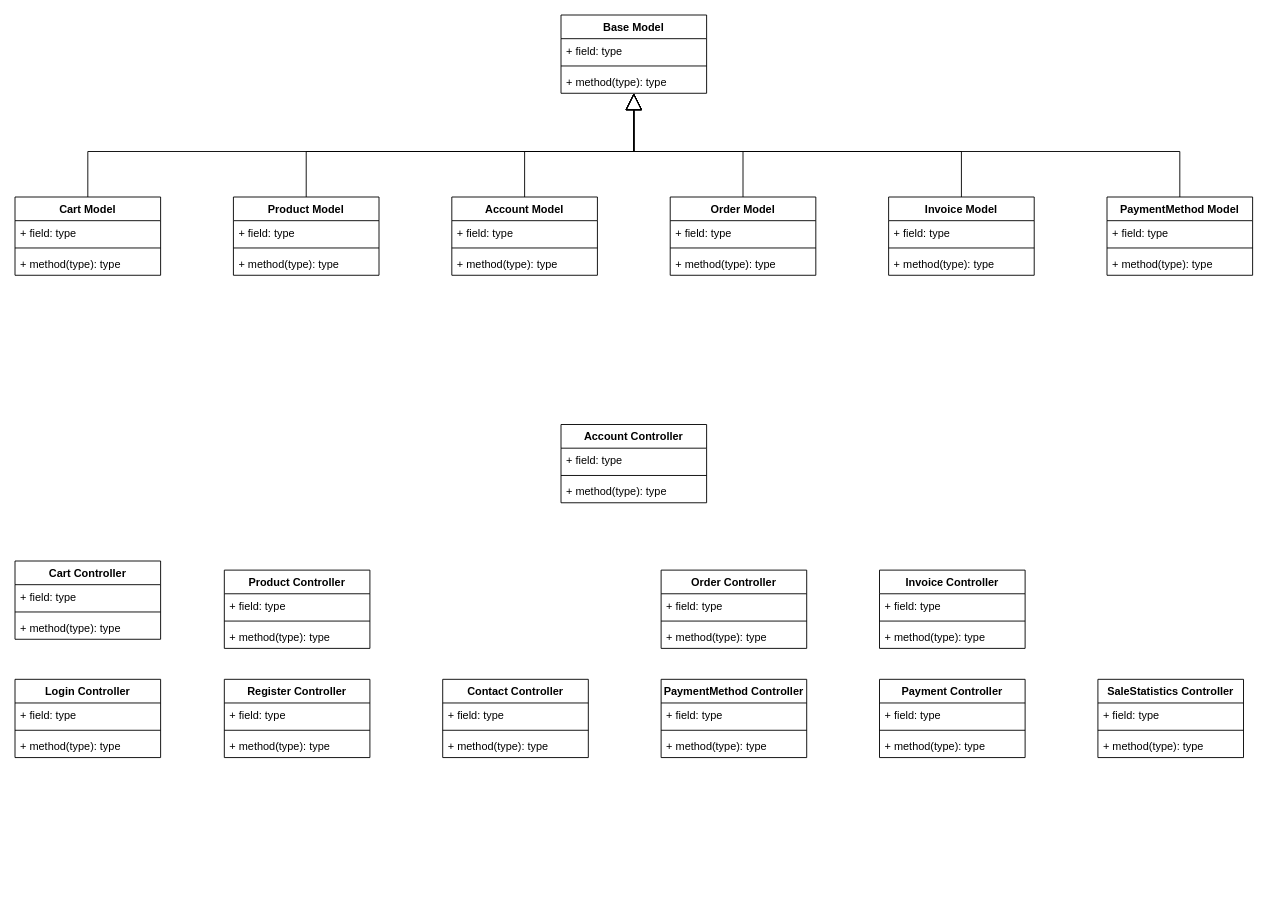
Earlier version of the draw.io diagram Nam3_HK1/CNPM_SoftTech/SơĐồClass.drawio (EdgarIgnite16/SGU-Course). Source tidied: cells renumbered, new cells numbered last; positions are measured from the earlier drawing's top-left corner, leaving out a move shared by most shapes. Both pictures are drawn from the tidied source at 91%, with x=0, y=0 at pixel (15, 15).
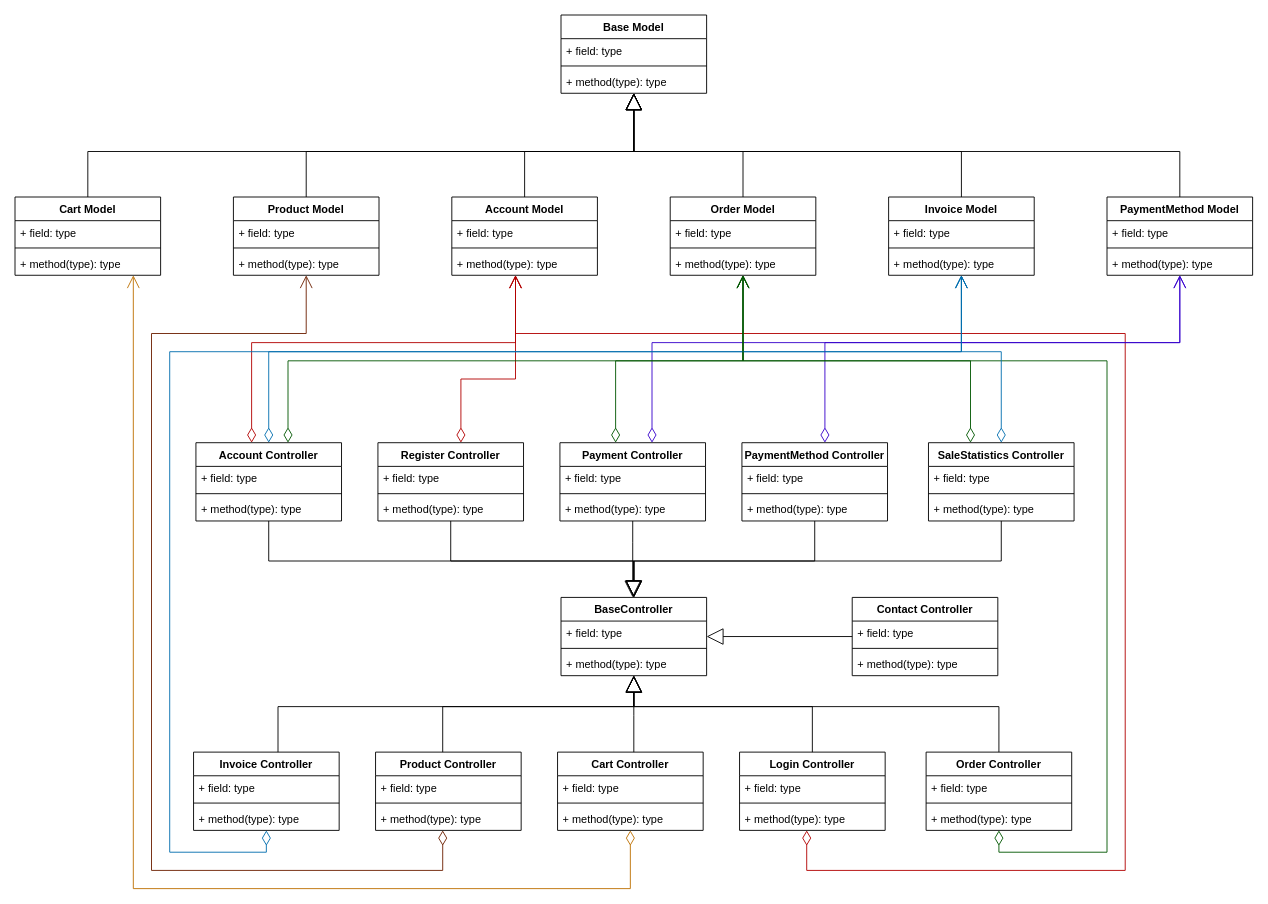
Above is the later version.

The change refers to these unchanged cells:
```xml
<mxCell id="10" value="Product Model" style="swimlane;fontStyle=1;align=center;verticalAlign=top;horizontal=1;startSize=26;" parent="1" vertex="1">
  <mxGeometry x="240" y="200" width="160" height="86" as="geometry" />
</mxCell>
<mxCell id="14" value="Cart Model" style="swimlane;fontStyle=1;align=center;verticalAlign=top;horizontal=1;startSize=26;" parent="1" vertex="1">
  <mxGeometry y="200" width="160" height="86" as="geometry" />
</mxCell>
<mxCell id="18" value="Account Model" style="swimlane;fontStyle=1;align=center;verticalAlign=top;horizontal=1;startSize=26;" parent="1" vertex="1">
  <mxGeometry x="480" y="200" width="160" height="86" as="geometry" />
</mxCell>
<mxCell id="26" value="Order Model" style="swimlane;fontStyle=1;align=center;verticalAlign=top;horizontal=1;startSize=26;" parent="1" vertex="1">
  <mxGeometry x="720" y="200" width="160" height="86" as="geometry" />
</mxCell>
<mxCell id="30" value="Invoice Model" style="swimlane;fontStyle=1;align=center;verticalAlign=top;horizontal=1;startSize=26;" parent="1" vertex="1">
  <mxGeometry x="960" y="200" width="160" height="86" as="geometry" />
</mxCell>
<mxCell id="50" value="PaymentMethod Model" style="swimlane;fontStyle=1;align=center;verticalAlign=top;horizontal=1;startSize=26;" parent="1" vertex="1">
  <mxGeometry x="1200" y="200" width="160" height="86" as="geometry" />
</mxCell>
```

What changed in the source:
```diff
@@
     <mxCell id="2" value="Product Controller" style="swimlane;fontStyle=1;align=center;verticalAlign=top;horizontal=1;startSize=26;" parent="1" vertex="1">
-      <mxGeometry x="230" y="610" width="160" height="86" as="geometry" />
+      <mxGeometry x="396.2" y="810" width="160" height="86" as="geometry" />
     </mxCell>
@@
     <mxCell id="6" value="Cart Controller" style="swimlane;fontStyle=1;align=center;verticalAlign=top;horizontal=1;startSize=26;" parent="1" vertex="1">
-      <mxGeometry y="600" width="160" height="86" as="geometry" />
+      <mxGeometry x="596.2" y="810" width="160" height="86" as="geometry" />
     </mxCell>
@@
     <mxCell id="22" value="Account Controller" style="swimlane;fontStyle=1;align=center;verticalAlign=top;horizontal=1;startSize=26;" parent="1" vertex="1">
-      <mxGeometry x="600" y="450" width="160" height="86" as="geometry" />
+      <mxGeometry x="198.8" y="470" width="160" height="86" as="geometry" />
     </mxCell>
@@
     <mxCell id="34" value="SaleStatistics Controller" style="swimlane;fontStyle=1;align=center;verticalAlign=top;horizontal=1;startSize=26;" parent="1" vertex="1">
-      <mxGeometry x="1190" y="730" width="160" height="86" as="geometry" />
+      <mxGeometry x="1003.8" y="470" width="160" height="86" as="geometry" />
     </mxCell>
@@
     <mxCell id="38" value="Login Controller" style="swimlane;fontStyle=1;align=center;verticalAlign=top;horizontal=1;startSize=26;" parent="1" vertex="1">
-      <mxGeometry y="730" width="160" height="86" as="geometry" />
+      <mxGeometry x="796.2" y="810" width="160" height="86" as="geometry" />
     </mxCell>
@@
     <mxCell id="42" value="Register Controller" style="swimlane;fontStyle=1;align=center;verticalAlign=top;horizontal=1;startSize=26;" parent="1" vertex="1">
-      <mxGeometry x="230" y="730" width="160" height="86" as="geometry" />
+      <mxGeometry x="398.8" y="470" width="160" height="86" as="geometry" />
     </mxCell>
@@
-    <mxCell id="46" value="Contact Controller" style="swimlane;fontStyle=1;align=center;verticalAlign=top;horizontal=1;startSize=26;" parent="1" vertex="1">
-      <mxGeometry x="470" y="730" width="160" height="86" as="geometry" />
-    </mxCell>
-    <mxCell id="47" value="+ field: type" style="text;strokeColor=none;fillColor=none;align=left;verticalAlign=top;spacingLeft=4;spacingRight=4;overflow=hidden;" parent="46" vertex="1">
-      <mxGeometry y="26" width="160" height="26" as="geometry" />
-    </mxCell>
-    <mxCell id="48" style="line;strokeWidth=1;fillColor=none;align=left;verticalAlign=middle;spacingTop=-1;spacingLeft=3;spacingRight=3;labelPosition=right;" parent="46" vertex="1">
-      <mxGeometry y="52" width="160" height="8" as="geometry" />
-    </mxCell>
-    <mxCell id="49" value="+ method(type): type" style="text;strokeColor=none;fillColor=none;align=left;verticalAlign=top;spacingLeft=4;spacingRight=4;overflow=hidden;" parent="46" vertex="1">
-      <mxGeometry y="60" width="160" height="26" as="geometry" />
-    </mxCell>
@@
     <mxCell id="54" value="PaymentMethod Controller" style="swimlane;fontStyle=1;align=center;verticalAlign=top;horizontal=1;startSize=26;" parent="1" vertex="1">
-      <mxGeometry x="710" y="730" width="160" height="86" as="geometry" />
+      <mxGeometry x="798.8" y="470" width="160" height="86" as="geometry" />
     </mxCell>
@@
     <mxCell id="58" value="Payment Controller" style="swimlane;fontStyle=1;align=center;verticalAlign=top;horizontal=1;startSize=26;" parent="1" vertex="1">
-      <mxGeometry x="950" y="730" width="160" height="86" as="geometry" />
+      <mxGeometry x="598.8" y="470" width="160" height="86" as="geometry" />
     </mxCell>
@@
     <mxCell id="62" value="Invoice Controller" style="swimlane;fontStyle=1;align=center;verticalAlign=top;horizontal=1;startSize=26;" parent="1" vertex="1">
-      <mxGeometry x="950" y="610" width="160" height="86" as="geometry" />
+      <mxGeometry x="196.2" y="810" width="160" height="86" as="geometry" />
     </mxCell>
@@
     <mxCell id="66" value="Order Controller" style="swimlane;fontStyle=1;align=center;verticalAlign=top;horizontal=1;startSize=26;" parent="1" vertex="1">
-      <mxGeometry x="710" y="610" width="160" height="86" as="geometry" />
+      <mxGeometry x="1001.2" y="810" width="160" height="86" as="geometry" />
     </mxCell>
@@
+    <mxCell id="80" style="endArrow=open;html=1;endSize=12;startArrow=diamondThin;startSize=14;startFill=0;edgeStyle=orthogonalEdgeStyle;align=left;verticalAlign=bottom;rounded=0;fillColor=#e51400;strokeColor=#B20000;" parent="1" edge="1" source="22" target="18">
+      <mxGeometry x="-1" y="3" relative="1" as="geometry">
+        <Array as="points">
+          <mxPoint x="260" y="360" />
+          <mxPoint x="550" y="360" />
+        </Array>
+      </mxGeometry>
+    </mxCell>
+    <mxCell id="81" style="endArrow=open;html=1;endSize=12;startArrow=diamondThin;startSize=14;startFill=0;edgeStyle=orthogonalEdgeStyle;align=left;verticalAlign=bottom;rounded=0;fillColor=#e51400;strokeColor=#B20000;" parent="1" edge="1" source="42" target="18">
+      <mxGeometry x="-1" y="3" relative="1" as="geometry">
+        <Array as="points">
+          <mxPoint x="490" y="400" />
+          <mxPoint x="550" y="400" />
+        </Array>
+      </mxGeometry>
+    </mxCell>
+    <mxCell id="82" style="endArrow=open;html=1;endSize=12;startArrow=diamondThin;startSize=14;startFill=0;edgeStyle=orthogonalEdgeStyle;align=left;verticalAlign=bottom;rounded=0;fillColor=#e51400;strokeColor=#B20000;" parent="1" edge="1" source="38" target="18">
+      <mxGeometry x="-1" y="3" relative="1" as="geometry">
+        <Array as="points">
+          <mxPoint x="870" y="940" />
+          <mxPoint x="1220" y="940" />
+          <mxPoint x="1220" y="350" />
+          <mxPoint x="550" y="350" />
+        </Array>
+      </mxGeometry>
+    </mxCell>
+    <mxCell id="83" style="endArrow=open;html=1;endSize=12;startArrow=diamondThin;startSize=14;startFill=0;edgeStyle=orthogonalEdgeStyle;align=left;verticalAlign=bottom;rounded=0;fillColor=#f0a30a;strokeColor=#BD7000;" parent="1" edge="1" source="6" target="14">
+      <mxGeometry x="-1" y="3" relative="1" as="geometry">
+        <Array as="points">
+          <mxPoint x="676" y="960" />
+          <mxPoint x="130" y="960" />
+        </Array>
+      </mxGeometry>
+    </mxCell>
+    <mxCell id="84" style="endArrow=open;html=1;endSize=12;startArrow=diamondThin;startSize=14;startFill=0;edgeStyle=orthogonalEdgeStyle;align=left;verticalAlign=bottom;rounded=0;fillColor=#a0522d;strokeColor=#6D1F00;" parent="1" edge="1" source="2" target="10">
+      <mxGeometry x="-1" y="3" relative="1" as="geometry">
+        <Array as="points">
+          <mxPoint x="470" y="940" />
+          <mxPoint x="150" y="940" />
+          <mxPoint x="150" y="350" />
+          <mxPoint x="320" y="350" />
+        </Array>
+      </mxGeometry>
+    </mxCell>
+    <mxCell id="85" style="endArrow=open;html=1;endSize=12;startArrow=diamondThin;startSize=14;startFill=0;edgeStyle=orthogonalEdgeStyle;align=left;verticalAlign=bottom;rounded=0;fillColor=#6a00ff;strokeColor=#3700CC;" parent="1" edge="1" source="58" target="50">
+      <mxGeometry x="-1" y="3" relative="1" as="geometry">
+        <Array as="points">
+          <mxPoint x="700" y="360" />
+          <mxPoint x="1280" y="360" />
+        </Array>
+      </mxGeometry>
+    </mxCell>
+    <mxCell id="86" style="endArrow=open;html=1;endSize=12;startArrow=diamondThin;startSize=14;startFill=0;edgeStyle=orthogonalEdgeStyle;align=left;verticalAlign=bottom;rounded=0;fillColor=#008a00;strokeColor=#005700;" parent="1" edge="1" source="58" target="26">
+      <mxGeometry x="-1" y="3" relative="1" as="geometry">
+        <Array as="points">
+          <mxPoint x="660" y="380" />
+          <mxPoint x="800" y="380" />
+        </Array>
+      </mxGeometry>
+    </mxCell>
+    <mxCell id="87" style="endArrow=open;html=1;endSize=12;startArrow=diamondThin;startSize=14;startFill=0;edgeStyle=orthogonalEdgeStyle;align=left;verticalAlign=bottom;rounded=0;fillColor=#008a00;strokeColor=#005700;" parent="1" edge="1" source="22" target="26">
+      <mxGeometry x="-1" y="3" relative="1" as="geometry">
+        <Array as="points">
+          <mxPoint x="300" y="380" />
+          <mxPoint x="800" y="380" />
+        </Array>
+      </mxGeometry>
+    </mxCell>
+    <mxCell id="88" style="endArrow=open;html=1;endSize=12;startArrow=diamondThin;startSize=14;startFill=0;edgeStyle=orthogonalEdgeStyle;align=left;verticalAlign=bottom;rounded=0;fillColor=#1ba1e2;strokeColor=#006EAF;" parent="1" edge="1" source="22" target="30">
+      <mxGeometry x="-1" y="3" relative="1" as="geometry">
+        <Array as="points">
+          <mxPoint x="279" y="370" />
+          <mxPoint x="1040" y="370" />
+        </Array>
+      </mxGeometry>
+    </mxCell>
+    <mxCell id="89" style="endArrow=open;html=1;endSize=12;startArrow=diamondThin;startSize=14;startFill=0;edgeStyle=orthogonalEdgeStyle;align=left;verticalAlign=bottom;rounded=0;fillColor=#6a00ff;strokeColor=#3700CC;" parent="1" edge="1" source="54" target="50">
+      <mxGeometry x="-1" y="3" relative="1" as="geometry">
+        <Array as="points">
+          <mxPoint x="890" y="360" />
+          <mxPoint x="1280" y="360" />
+        </Array>
+      </mxGeometry>
+    </mxCell>
+    <mxCell id="90" style="endArrow=open;html=1;endSize=12;startArrow=diamondThin;startSize=14;startFill=0;edgeStyle=orthogonalEdgeStyle;align=left;verticalAlign=bottom;rounded=0;fillColor=#008a00;strokeColor=#005700;" parent="1" edge="1" source="66" target="26">
+      <mxGeometry x="-1" y="3" relative="1" as="geometry">
+        <Array as="points">
+          <mxPoint x="1081" y="920" />
+          <mxPoint x="1200" y="920" />
+          <mxPoint x="1200" y="380" />
+          <mxPoint x="800" y="380" />
+        </Array>
+      </mxGeometry>
+    </mxCell>
+    <mxCell id="91" style="endArrow=open;html=1;endSize=12;startArrow=diamondThin;startSize=14;startFill=0;edgeStyle=orthogonalEdgeStyle;align=left;verticalAlign=bottom;rounded=0;fillColor=#1ba1e2;strokeColor=#006EAF;" parent="1" edge="1" source="62" target="30">
+      <mxGeometry x="-1" y="3" relative="1" as="geometry">
+        <Array as="points">
+          <mxPoint x="276" y="920" />
+          <mxPoint x="170" y="920" />
+          <mxPoint x="170" y="370" />
+          <mxPoint x="1040" y="370" />
+        </Array>
+      </mxGeometry>
+    </mxCell>
+    <mxCell id="92" style="endArrow=open;html=1;endSize=12;startArrow=diamondThin;startSize=14;startFill=0;edgeStyle=orthogonalEdgeStyle;align=left;verticalAlign=bottom;rounded=0;fillColor=#008a00;strokeColor=#005700;" parent="1" edge="1" source="34" target="26">
+      <mxGeometry x="-1" y="3" relative="1" as="geometry">
+        <Array as="points">
+          <mxPoint x="1050" y="380" />
+          <mxPoint x="800" y="380" />
+        </Array>
+      </mxGeometry>
+    </mxCell>
+    <mxCell id="93" style="endArrow=open;html=1;endSize=12;startArrow=diamondThin;startSize=14;startFill=0;edgeStyle=orthogonalEdgeStyle;align=left;verticalAlign=bottom;rounded=0;fillColor=#1ba1e2;strokeColor=#006EAF;" parent="1" edge="1" source="34" target="30">
+      <mxGeometry x="-1" y="3" relative="1" as="geometry">
+        <Array as="points">
+          <mxPoint x="1084" y="370" />
+          <mxPoint x="1040" y="370" />
+        </Array>
+      </mxGeometry>
+    </mxCell>
+    <mxCell id="94" value="BaseController" style="swimlane;fontStyle=1;align=center;verticalAlign=top;horizontal=1;startSize=26;" parent="1" vertex="1">
+      <mxGeometry x="600" y="640" width="160" height="86" as="geometry" />
+    </mxCell>
+    <mxCell id="95" value="+ field: type" style="text;strokeColor=none;fillColor=none;align=left;verticalAlign=top;spacingLeft=4;spacingRight=4;overflow=hidden;" parent="94" vertex="1">
+      <mxGeometry y="26" width="160" height="26" as="geometry" />
+    </mxCell>
+    <mxCell id="96" style="line;strokeWidth=1;fillColor=none;align=left;verticalAlign=middle;spacingTop=-1;spacingLeft=3;spacingRight=3;labelPosition=right;" parent="94" vertex="1">
+      <mxGeometry y="52" width="160" height="8" as="geometry" />
+    </mxCell>
+    <mxCell id="97" value="+ method(type): type" style="text;strokeColor=none;fillColor=none;align=left;verticalAlign=top;spacingLeft=4;spacingRight=4;overflow=hidden;" parent="94" vertex="1">
+      <mxGeometry y="60" width="160" height="26" as="geometry" />
+    </mxCell>
+    <mxCell id="46" value="Contact Controller" style="swimlane;fontStyle=1;align=center;verticalAlign=top;horizontal=1;startSize=26;" parent="1" vertex="1">
+      <mxGeometry x="920" y="640" width="160" height="86" as="geometry" />
+    </mxCell>
+    <mxCell id="98" value="+ field: type" style="text;strokeColor=none;fillColor=none;align=left;verticalAlign=top;spacingLeft=4;spacingRight=4;overflow=hidden;" parent="46" vertex="1">
+      <mxGeometry y="26" width="160" height="26" as="geometry" />
+    </mxCell>
+    <mxCell id="99" style="line;strokeWidth=1;fillColor=none;align=left;verticalAlign=middle;spacingTop=-1;spacingLeft=3;spacingRight=3;labelPosition=right;" parent="46" vertex="1">
+      <mxGeometry y="52" width="160" height="8" as="geometry" />
+    </mxCell>
+    <mxCell id="100" value="+ method(type): type" style="text;strokeColor=none;fillColor=none;align=left;verticalAlign=top;spacingLeft=4;spacingRight=4;overflow=hidden;" parent="46" vertex="1">
+      <mxGeometry y="60" width="160" height="26" as="geometry" />
+    </mxCell>
+    <mxCell id="101" style="endArrow=block;endSize=16;endFill=0;html=1;rounded=0;edgeStyle=orthogonalEdgeStyle;" parent="1" edge="1" source="58" target="94">
+      <mxGeometry x="-0.09" y="-13" relative="1" as="geometry">
+        <Array as="points">
+          <mxPoint x="679" y="580" />
+          <mxPoint x="679" y="580" />
+        </Array>
+      </mxGeometry>
+    </mxCell>
+    <mxCell id="102" style="endArrow=block;endSize=16;endFill=0;html=1;rounded=0;edgeStyle=orthogonalEdgeStyle;" parent="1" edge="1" source="54" target="94">
+      <mxGeometry x="-0.09" y="-13" relative="1" as="geometry">
+        <Array as="points">
+          <mxPoint x="879" y="600" />
+          <mxPoint x="680" y="600" />
+        </Array>
+      </mxGeometry>
+    </mxCell>
+    <mxCell id="103" style="endArrow=block;endSize=16;endFill=0;html=1;rounded=0;edgeStyle=orthogonalEdgeStyle;" parent="1" edge="1" source="42" target="94">
+      <mxGeometry x="-0.09" y="-13" relative="1" as="geometry">
+        <Array as="points">
+          <mxPoint x="479" y="600" />
+          <mxPoint x="680" y="600" />
+        </Array>
+      </mxGeometry>
+    </mxCell>
+    <mxCell id="104" style="endArrow=block;endSize=16;endFill=0;html=1;rounded=0;edgeStyle=orthogonalEdgeStyle;" parent="1" edge="1" source="34" target="94">
+      <mxGeometry x="-0.09" y="-13" relative="1" as="geometry">
+        <Array as="points">
+          <mxPoint x="1084" y="600" />
+          <mxPoint x="680" y="600" />
+        </Array>
+      </mxGeometry>
+    </mxCell>
+    <mxCell id="105" style="endArrow=block;endSize=16;endFill=0;html=1;rounded=0;edgeStyle=orthogonalEdgeStyle;" parent="1" edge="1" source="22" target="94">
+      <mxGeometry x="-0.09" y="-13" relative="1" as="geometry">
+        <Array as="points">
+          <mxPoint x="279" y="600" />
+          <mxPoint x="680" y="600" />
+        </Array>
+      </mxGeometry>
+    </mxCell>
+    <mxCell id="106" style="endArrow=block;endSize=16;endFill=0;html=1;rounded=0;edgeStyle=orthogonalEdgeStyle;" parent="1" edge="1" source="62" target="94">
+      <mxGeometry x="-0.09" y="-13" relative="1" as="geometry">
+        <Array as="points">
+          <mxPoint x="289" y="760" />
+          <mxPoint x="680" y="760" />
+        </Array>
+      </mxGeometry>
+    </mxCell>
+    <mxCell id="107" style="endArrow=block;endSize=16;endFill=0;html=1;rounded=0;edgeStyle=orthogonalEdgeStyle;" parent="1" edge="1" source="2" target="94">
+      <mxGeometry x="-0.09" y="-13" relative="1" as="geometry">
+        <Array as="points">
+          <mxPoint x="470" y="760" />
+          <mxPoint x="680" y="760" />
+        </Array>
+      </mxGeometry>
+    </mxCell>
+    <mxCell id="108" style="endArrow=block;endSize=16;endFill=0;html=1;rounded=0;edgeStyle=orthogonalEdgeStyle;" parent="1" edge="1" source="6" target="94">
+      <mxGeometry x="-0.09" y="-13" relative="1" as="geometry">
+        <Array as="points">
+          <mxPoint x="680" y="770" />
+          <mxPoint x="680" y="770" />
+        </Array>
+      </mxGeometry>
+    </mxCell>
+    <mxCell id="109" style="endArrow=block;endSize=16;endFill=0;html=1;rounded=0;edgeStyle=orthogonalEdgeStyle;" parent="1" edge="1" source="38" target="94">
+      <mxGeometry x="-0.09" y="-13" relative="1" as="geometry">
+        <Array as="points">
+          <mxPoint x="876" y="760" />
+          <mxPoint x="680" y="760" />
+        </Array>
+      </mxGeometry>
+    </mxCell>
+    <mxCell id="110" style="endArrow=block;endSize=16;endFill=0;html=1;rounded=0;edgeStyle=orthogonalEdgeStyle;" parent="1" edge="1" source="66" target="94">
+      <mxGeometry x="-0.09" y="-13" relative="1" as="geometry">
+        <Array as="points">
+          <mxPoint x="1081" y="760" />
+          <mxPoint x="680" y="760" />
+        </Array>
+      </mxGeometry>
+    </mxCell>
+    <mxCell id="111" style="endArrow=block;endSize=16;endFill=0;html=1;rounded=0;edgeStyle=orthogonalEdgeStyle;" parent="1" edge="1" source="46" target="94">
+      <mxGeometry x="-0.09" y="-13" relative="1" as="geometry" />
+    </mxCell>
```
